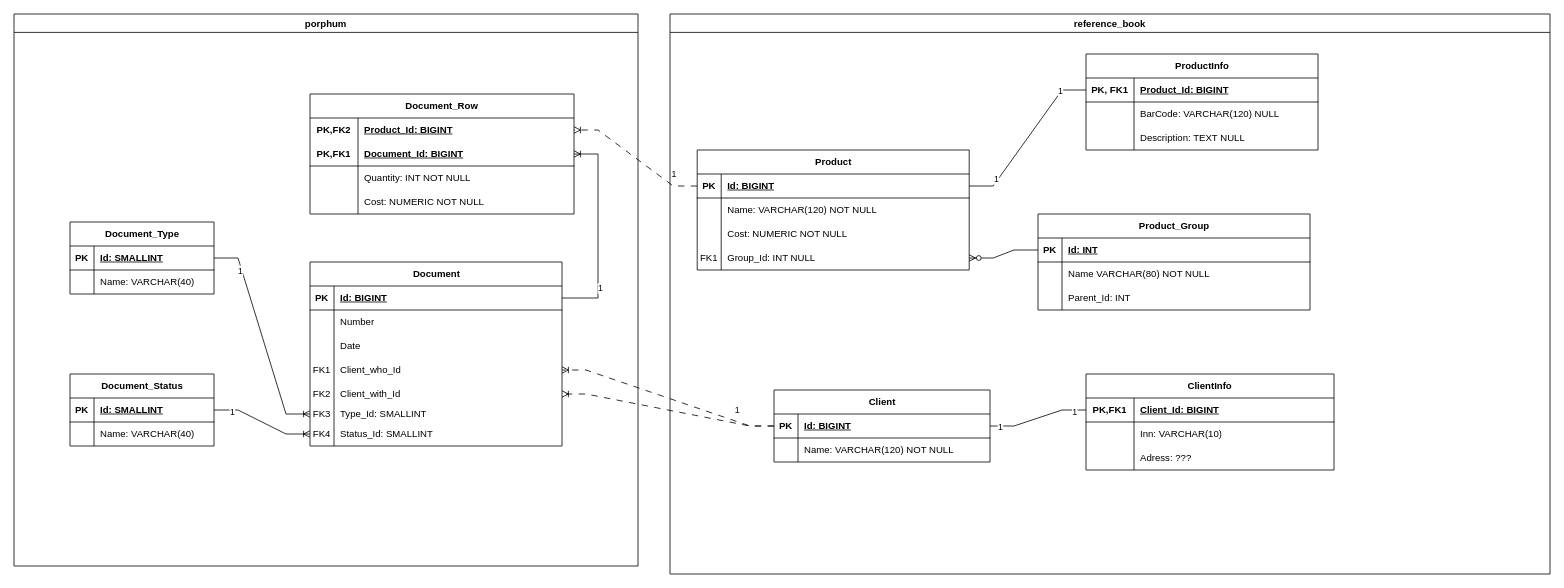
This is Docs/er-diagramm.drawio from Porphum/PorphumWeb, a draw.io file, before an edit. Source tidied: cells renumbered, new cells numbered last; positions are measured from the earlier drawing's top-left corner, leaving out a move shared by most shapes. Both pictures are drawn from the tidied source at 80%, with x=0, y=0 at pixel (14, 14).
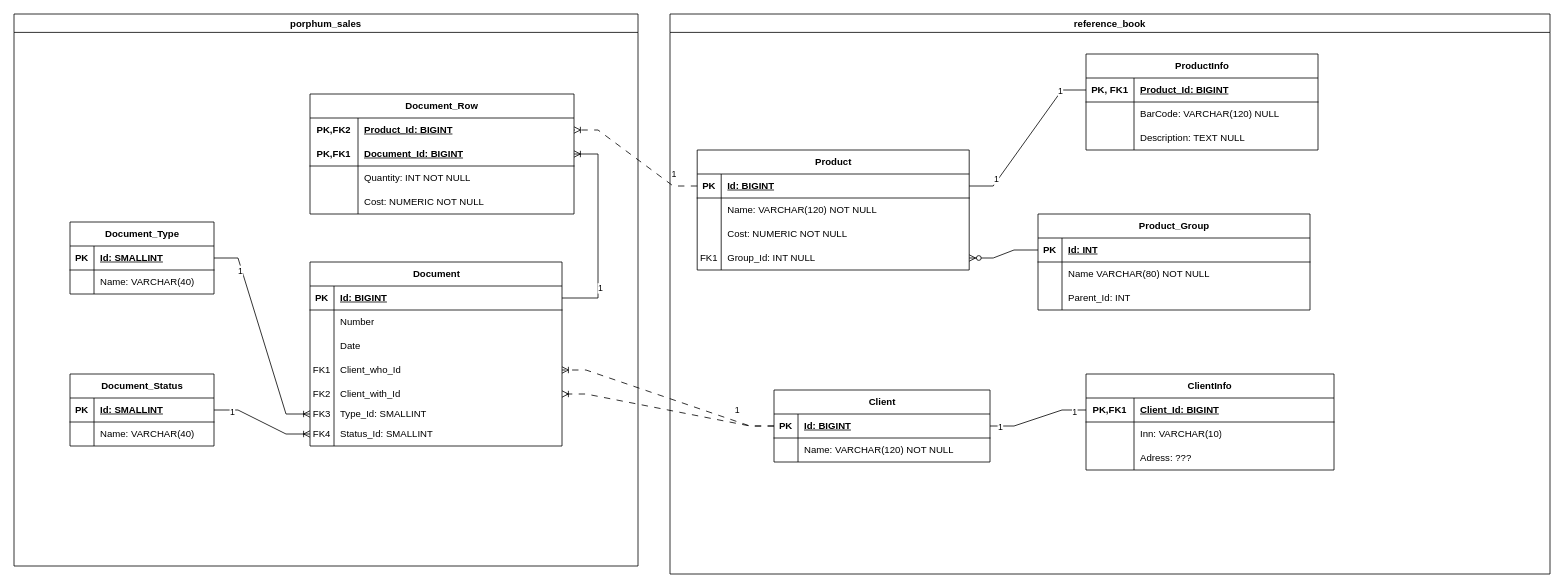
The same page after the edit.

What changed in the source:
```diff
@@
-    <mxCell id="64" value="porphum" style="swimlane;" parent="1" vertex="1">
+    <mxCell id="64" value="porphum_sales" style="swimlane;" parent="1" vertex="1">
       <mxGeometry width="780" height="690" as="geometry" />
     </mxCell>
```
